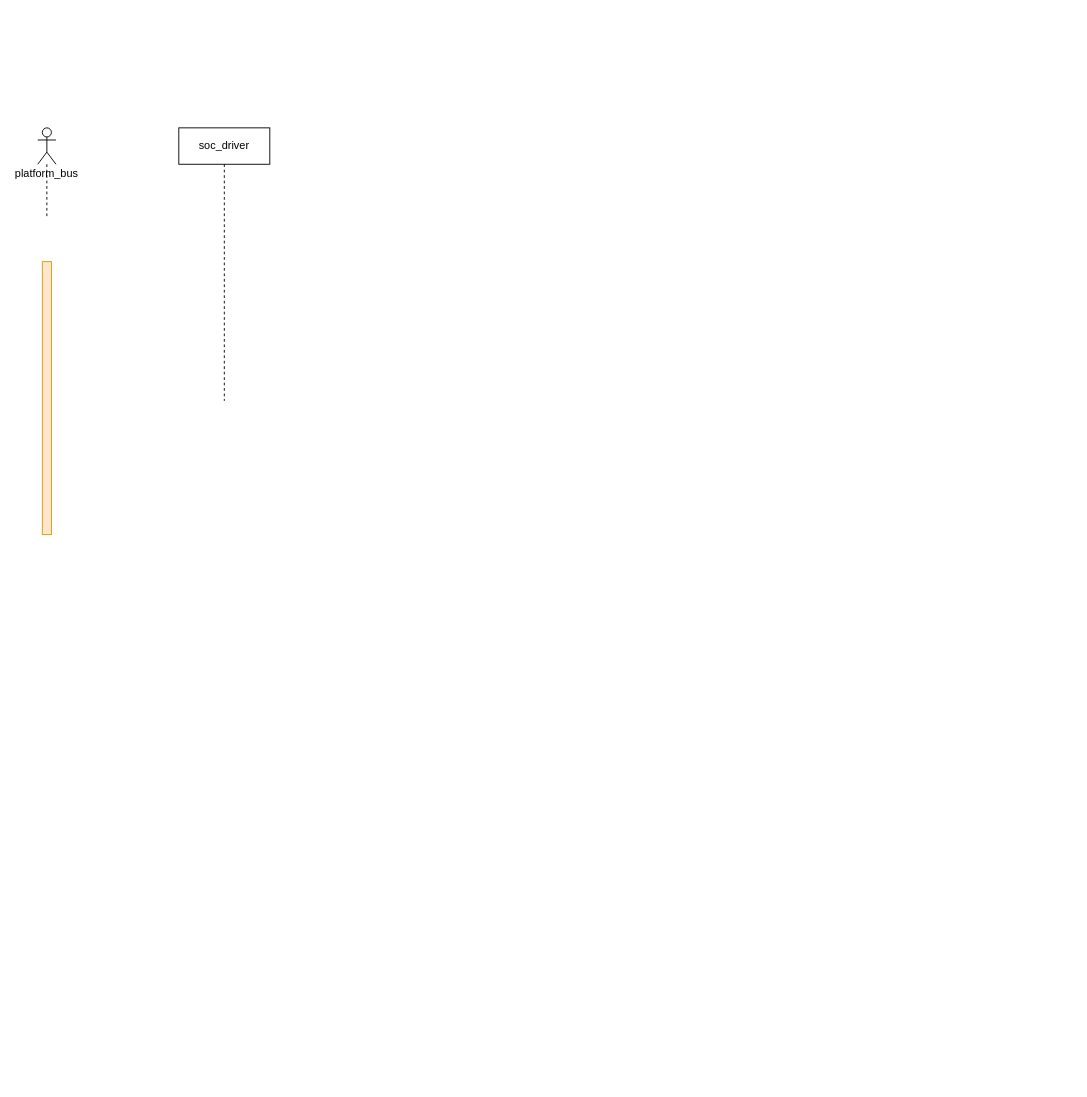
Before: alsa 驱动分析（一）.drawio in Vinson-001/Blog-flow-chart, a draw.io diagram. Source tidied: cells renumbered, new cells numbered last; positions are measured from the earlier drawing's top-left corner, leaving out a move shared by most shapes. Both pictures are drawn from the tidied source at 91%, with x=0, y=0 at pixel (37, 127).
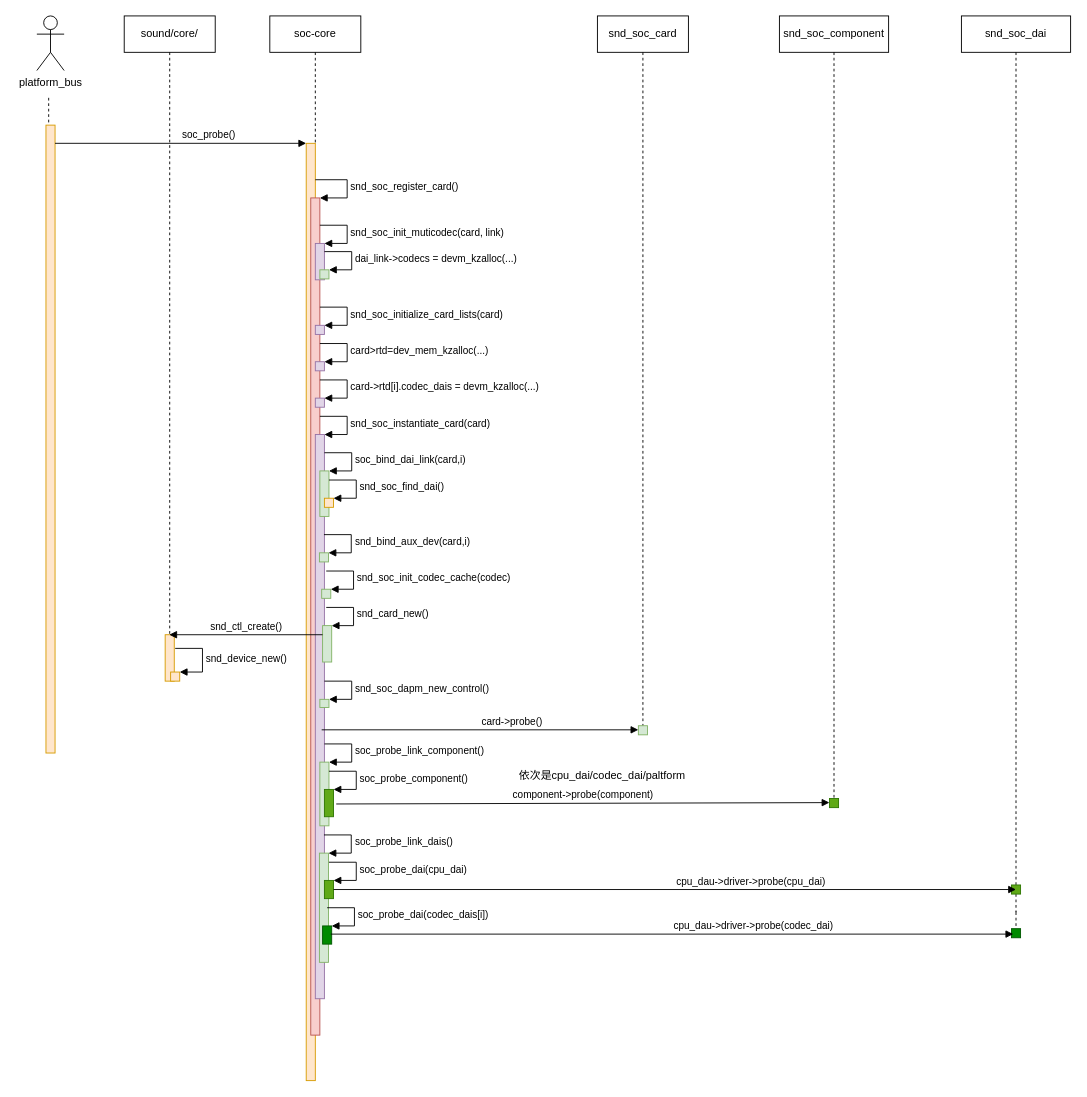
After the change.

Commit message:
更新alsa 驱动分析（一）.drawio

The edit, as a diff of the source:
```diff
@@
+    <mxCell id="5" style="html=1;perimeter=orthogonalPerimeter;fillColor=#ffe6cc;strokeColor=#d79b00;" parent="1" vertex="1">
+      <mxGeometry x="140" y="557" width="10" height="51" as="geometry" />
+    </mxCell>
     <mxCell id="2" style="html=1;perimeter=orthogonalPerimeter;fillColor=#ffe6cc;strokeColor=#d79b00;" parent="1" vertex="1">
-      <mxGeometry x="5" y="147" width="10" height="300" as="geometry" />
+      <mxGeometry x="9" y="-3" width="10" height="690" as="geometry" />
     </mxCell>
+    <mxCell id="4" value="sound/core/" style="shape=umlLifeline;perimeter=lifelinePerimeter;whiteSpace=wrap;html=1;outlineConnect=0;" parent="1" vertex="1">
+      <mxGeometry x="95" y="-123" width="100" height="680" as="geometry" />
+    </mxCell>
-    <mxCell id="3" value="platform_bus" style="shape=umlLifeline;participant=umlActor;perimeter=lifelinePerimeter;whiteSpace=wrap;html=1;verticalAlign=top;spacingTop=36;" parent="1" vertex="1">
-      <mxGeometry width="20" height="100" as="geometry" />
+    <mxCell id="3" value="platform_bus" style="shape=umlActor;verticalLabelPosition=bottom;verticalAlign=top;html=1;" parent="1" vertex="1">
+      <mxGeometry x="-1" y="-123" width="30" height="60" as="geometry" />
     </mxCell>
-    <mxCell id="4" value="soc_driver" style="shape=umlLifeline;perimeter=lifelinePerimeter;whiteSpace=wrap;html=1;outlineConnect=0;" parent="1" vertex="1">
-      <mxGeometry x="155" width="100" height="300" as="geometry" />
-    </mxCell>
+    <mxCell id="6" style="line;strokeWidth=1;fillColor=none;align=left;verticalAlign=middle;spacingTop=-1;spacingLeft=3;spacingRight=3;labelPosition=right;strokeColor=inherit;dashed=1;direction=south;" parent="1" vertex="1">
+      <mxGeometry x="8" y="-33" width="8" height="30" as="geometry" />
+    </mxCell>
+    <mxCell id="7" value="soc_probe()" style="html=1;verticalAlign=bottom;endArrow=block;rounded=0;align=left;" parent="1" edge="1">
+      <mxGeometry relative="1" as="geometry">
+        <mxPoint x="19" y="17" as="sourcePoint" />
+        <mxPoint x="295" y="17" as="targetPoint" />
+      </mxGeometry>
+    </mxCell>
+    <mxCell id="8" style="html=1;perimeter=orthogonalPerimeter;fillColor=#ffe6cc;strokeColor=#d79b00;" parent="1" vertex="1">
+      <mxGeometry x="295" y="17" width="10" height="1030" as="geometry" />
+    </mxCell>
+    <mxCell id="9" value="soc-core" style="shape=umlLifeline;perimeter=lifelinePerimeter;whiteSpace=wrap;html=1;" parent="1" vertex="1">
+      <mxGeometry x="255" y="-123" width="100" height="140" as="geometry" />
+    </mxCell>
+    <mxCell id="10" style="html=1;points=[];perimeter=orthogonalPerimeter;fillColor=#f8cecc;strokeColor=#b85450;" parent="1" vertex="1">
+      <mxGeometry x="300" y="77" width="10" height="920" as="geometry" />
+    </mxCell>
+    <mxCell id="11" value="snd_soc_register_card()" style="edgeStyle=orthogonalEdgeStyle;html=1;align=left;spacingLeft=2;endArrow=block;rounded=0;entryX=1;entryY=0;" parent="1" edge="1" target="10">
+      <mxGeometry relative="1" as="geometry">
+        <mxPoint x="305" y="57" as="sourcePoint" />
+        <Array as="points">
+          <mxPoint x="340" y="57" />
+          <mxPoint x="340" y="77" />
+        </Array>
+      </mxGeometry>
+    </mxCell>
+    <mxCell id="12" style="html=1;points=[];perimeter=orthogonalPerimeter;fillColor=#e1d5e7;strokeColor=#9673a6;" parent="1" vertex="1">
+      <mxGeometry x="305" y="127" width="10" height="40" as="geometry" />
+    </mxCell>
+    <mxCell id="13" value="snd_soc_init_muticodec(card, link)" style="edgeStyle=orthogonalEdgeStyle;html=1;align=left;spacingLeft=2;endArrow=block;rounded=0;entryX=1;entryY=0;" parent="1" edge="1" target="12">
+      <mxGeometry relative="1" as="geometry">
+        <mxPoint x="310" y="107" as="sourcePoint" />
+        <Array as="points">
+          <mxPoint x="340" y="107" />
+        </Array>
+      </mxGeometry>
+    </mxCell>
+    <mxCell id="14" style="html=1;points=[];perimeter=orthogonalPerimeter;fillColor=#d5e8d4;strokeColor=#82b366;" parent="1" vertex="1">
+      <mxGeometry x="310" y="156" width="10" height="10" as="geometry" />
+    </mxCell>
+    <mxCell id="15" value="dai_link-&amp;gt;codecs = devm_kzalloc(...)" style="edgeStyle=orthogonalEdgeStyle;html=1;align=left;spacingLeft=2;endArrow=block;rounded=0;entryX=1;entryY=0;" parent="1" edge="1" target="14">
+      <mxGeometry relative="1" as="geometry">
+        <mxPoint x="315" y="136" as="sourcePoint" />
+        <Array as="points">
+          <mxPoint x="345" y="136" />
+        </Array>
+      </mxGeometry>
+    </mxCell>
+    <mxCell id="16" style="html=1;points=[];perimeter=orthogonalPerimeter;fillColor=#e1d5e7;strokeColor=#9673a6;" parent="1" vertex="1">
+      <mxGeometry x="305" y="217" width="10" height="10" as="geometry" />
+    </mxCell>
+    <mxCell id="17" value="snd_soc_initialize_card_lists(card)" style="edgeStyle=orthogonalEdgeStyle;html=1;align=left;spacingLeft=2;endArrow=block;rounded=0;entryX=1;entryY=0;" parent="1" edge="1" target="16">
+      <mxGeometry relative="1" as="geometry">
+        <mxPoint x="310" y="197" as="sourcePoint" />
+        <Array as="points">
+          <mxPoint x="340" y="197" />
+        </Array>
+      </mxGeometry>
+    </mxCell>
+    <mxCell id="18" style="html=1;points=[];perimeter=orthogonalPerimeter;fillColor=#e1d5e7;strokeColor=#9673a6;" parent="1" vertex="1">
+      <mxGeometry x="305" y="257" width="10" height="10" as="geometry" />
+    </mxCell>
+    <mxCell id="19" value="card&amp;gt;rtd=dev_mem_kzalloc(...)" style="edgeStyle=orthogonalEdgeStyle;html=1;align=left;spacingLeft=2;endArrow=block;rounded=0;entryX=1;entryY=0;" parent="1" edge="1" target="18">
+      <mxGeometry relative="1" as="geometry">
+        <mxPoint x="310" y="237" as="sourcePoint" />
+        <Array as="points">
+          <mxPoint x="340" y="237" />
+        </Array>
+      </mxGeometry>
+    </mxCell>
+    <mxCell id="20" style="html=1;points=[];perimeter=orthogonalPerimeter;fillColor=#e1d5e7;strokeColor=#9673a6;" parent="1" vertex="1">
+      <mxGeometry x="305" y="297" width="10" height="10" as="geometry" />
+    </mxCell>
+    <mxCell id="21" value="card-&amp;gt;rtd[i].codec_dais = devm_kzalloc(...)" style="edgeStyle=orthogonalEdgeStyle;html=1;align=left;spacingLeft=2;endArrow=block;rounded=0;entryX=1;entryY=0;" parent="1" edge="1" target="20">
+      <mxGeometry relative="1" as="geometry">
+        <mxPoint x="310" y="277" as="sourcePoint" />
+        <Array as="points">
+          <mxPoint x="340" y="277" />
+        </Array>
+      </mxGeometry>
+    </mxCell>
+    <mxCell id="22" style="html=1;points=[];perimeter=orthogonalPerimeter;fillColor=#e1d5e7;strokeColor=#9673a6;" parent="1" vertex="1">
+      <mxGeometry x="305" y="337" width="10" height="620" as="geometry" />
+    </mxCell>
+    <mxCell id="23" value="snd_soc_instantiate_card(card)" style="edgeStyle=orthogonalEdgeStyle;html=1;align=left;spacingLeft=2;endArrow=block;rounded=0;entryX=1;entryY=0;" parent="1" edge="1" target="22">
+      <mxGeometry relative="1" as="geometry">
+        <mxPoint x="310" y="317" as="sourcePoint" />
+        <Array as="points">
+          <mxPoint x="340" y="317" />
+        </Array>
+      </mxGeometry>
+    </mxCell>
+    <mxCell id="24" style="html=1;points=[];perimeter=orthogonalPerimeter;fillColor=#d5e8d4;strokeColor=#82b366;" parent="1" vertex="1">
+      <mxGeometry x="310" y="377" width="10" height="50" as="geometry" />
+    </mxCell>
+    <mxCell id="25" value="soc_bind_dai_link(card,i)" style="edgeStyle=orthogonalEdgeStyle;html=1;align=left;spacingLeft=2;endArrow=block;rounded=0;entryX=1;entryY=0;" parent="1" edge="1" target="24">
+      <mxGeometry relative="1" as="geometry">
+        <mxPoint x="315" y="357" as="sourcePoint" />
+        <Array as="points">
+          <mxPoint x="345" y="357" />
+        </Array>
+      </mxGeometry>
+    </mxCell>
+    <mxCell id="26" style="html=1;points=[];perimeter=orthogonalPerimeter;fillColor=#ffe6cc;strokeColor=#d79b00;" parent="1" vertex="1">
+      <mxGeometry x="315" y="407" width="10" height="10" as="geometry" />
+    </mxCell>
+    <mxCell id="27" value="snd_soc_find_dai()" style="edgeStyle=orthogonalEdgeStyle;html=1;align=left;spacingLeft=2;endArrow=block;rounded=0;entryX=1;entryY=0;" parent="1" edge="1" target="26">
+      <mxGeometry relative="1" as="geometry">
+        <mxPoint x="320" y="387" as="sourcePoint" />
+        <Array as="points">
+          <mxPoint x="350" y="387" />
+        </Array>
+      </mxGeometry>
+    </mxCell>
+    <mxCell id="28" style="html=1;points=[];perimeter=orthogonalPerimeter;fillColor=#d5e8d4;strokeColor=#82b366;" parent="1" vertex="1">
+      <mxGeometry x="309.5" y="467" width="10" height="10" as="geometry" />
+    </mxCell>
+    <mxCell id="29" value="snd_bind_aux_dev(card,i)" style="edgeStyle=orthogonalEdgeStyle;html=1;align=left;spacingLeft=2;endArrow=block;rounded=0;entryX=1;entryY=0;" parent="1" edge="1" target="28">
+      <mxGeometry relative="1" as="geometry">
+        <mxPoint x="314.5" y="447" as="sourcePoint" />
+        <Array as="points">
+          <mxPoint x="344.5" y="447" />
+        </Array>
+      </mxGeometry>
+    </mxCell>
+    <mxCell id="30" style="html=1;points=[];perimeter=orthogonalPerimeter;fillColor=#d5e8d4;strokeColor=#82b366;" parent="1" vertex="1">
+      <mxGeometry x="312" y="507" width="10" height="10" as="geometry" />
+    </mxCell>
+    <mxCell id="31" value="snd_soc_init_codec_cache(codec)" style="edgeStyle=orthogonalEdgeStyle;html=1;align=left;spacingLeft=2;endArrow=block;rounded=0;entryX=1;entryY=0;" parent="1" edge="1" target="30">
+      <mxGeometry relative="1" as="geometry">
+        <mxPoint x="317" y="487" as="sourcePoint" />
+        <Array as="points">
+          <mxPoint x="347" y="487" />
+        </Array>
+      </mxGeometry>
+    </mxCell>
+    <mxCell id="32" style="html=1;points=[];perimeter=orthogonalPerimeter;fillColor=#d5e8d4;strokeColor=#82b366;" parent="1" vertex="1">
+      <mxGeometry x="313" y="547" width="10" height="40" as="geometry" />
+    </mxCell>
+    <mxCell id="33" value="snd_card_new()" style="edgeStyle=orthogonalEdgeStyle;html=1;align=left;spacingLeft=2;endArrow=block;rounded=0;entryX=1;entryY=0;" parent="1" edge="1" target="32">
+      <mxGeometry relative="1" as="geometry">
+        <mxPoint x="317" y="527" as="sourcePoint" />
+        <Array as="points">
+          <mxPoint x="347" y="527" />
+        </Array>
+      </mxGeometry>
+    </mxCell>
+    <mxCell id="34" style="html=1;points=[];perimeter=orthogonalPerimeter;fillColor=#ffe6cc;strokeColor=#d79b00;" parent="1" vertex="1">
+      <mxGeometry x="146" y="598" width="10" height="10" as="geometry" />
+    </mxCell>
+    <mxCell id="35" value="snd_device_new()" style="edgeStyle=orthogonalEdgeStyle;html=1;align=left;spacingLeft=2;endArrow=block;rounded=0;entryX=1;entryY=0;" parent="1" edge="1" target="34">
+      <mxGeometry relative="1" as="geometry">
+        <mxPoint x="151" y="572" as="sourcePoint" />
+        <Array as="points">
+          <mxPoint x="181" y="572" />
+        </Array>
+      </mxGeometry>
+    </mxCell>
+    <mxCell id="36" value="snd_ctl_create()" style="html=1;verticalAlign=bottom;endArrow=block;rounded=0;" parent="1" edge="1" source="32" target="4">
+      <mxGeometry relative="1" as="geometry" />
+    </mxCell>
+    <mxCell id="37" value="snd_soc_card" style="shape=umlLifeline;perimeter=lifelinePerimeter;whiteSpace=wrap;html=1;" parent="1" vertex="1">
+      <mxGeometry x="615" y="-123" width="100" height="780" as="geometry" />
+    </mxCell>
+    <mxCell id="38" style="html=1;points=[];perimeter=orthogonalPerimeter;fillColor=#d5e8d4;strokeColor=#82b366;" parent="1" vertex="1">
+      <mxGeometry x="310" y="628" width="10" height="9" as="geometry" />
+    </mxCell>
+    <mxCell id="39" value="snd_soc_dapm_new_control()" style="edgeStyle=orthogonalEdgeStyle;html=1;align=left;spacingLeft=2;endArrow=block;rounded=0;entryX=1;entryY=0;" parent="1" edge="1" target="38">
+      <mxGeometry relative="1" as="geometry">
+        <mxPoint x="315" y="608" as="sourcePoint" />
+        <Array as="points">
+          <mxPoint x="345" y="608" />
+        </Array>
+      </mxGeometry>
+    </mxCell>
+    <mxCell id="40" style="html=1;points=[];perimeter=orthogonalPerimeter;fillColor=#d5e8d4;strokeColor=#82b366;" parent="1" vertex="1">
+      <mxGeometry x="660" y="657" width="10" height="10" as="geometry" />
+    </mxCell>
+    <mxCell id="41" value="card-&amp;gt;probe()" style="html=1;verticalAlign=bottom;endArrow=block;rounded=0;align=left;" parent="1" edge="1" target="40">
+      <mxGeometry relative="1" as="geometry">
+        <mxPoint x="312" y="661.5" as="sourcePoint" />
+      </mxGeometry>
+    </mxCell>
+    <mxCell id="42" style="html=1;points=[];perimeter=orthogonalPerimeter;fillColor=#d5e8d4;strokeColor=#82b366;" parent="1" vertex="1">
+      <mxGeometry x="310" y="697" width="10" height="70" as="geometry" />
+    </mxCell>
+    <mxCell id="43" value="soc_probe_link_component()" style="edgeStyle=orthogonalEdgeStyle;html=1;align=left;spacingLeft=2;endArrow=block;rounded=0;entryX=1;entryY=0;" parent="1" edge="1" target="42">
+      <mxGeometry relative="1" as="geometry">
+        <mxPoint x="315" y="677" as="sourcePoint" />
+        <Array as="points">
+          <mxPoint x="345" y="677" />
+        </Array>
+      </mxGeometry>
+    </mxCell>
+    <mxCell id="44" style="html=1;points=[];perimeter=orthogonalPerimeter;fillColor=#60a917;strokeColor=#2D7600;fontColor=#ffffff;" parent="1" vertex="1">
+      <mxGeometry x="315" y="727" width="10" height="30" as="geometry" />
+    </mxCell>
+    <mxCell id="45" value="soc_probe_component()" style="edgeStyle=orthogonalEdgeStyle;html=1;align=left;spacingLeft=2;endArrow=block;rounded=0;entryX=1;entryY=0;" parent="1" edge="1" target="44">
+      <mxGeometry relative="1" as="geometry">
+        <mxPoint x="320" y="707" as="sourcePoint" />
+        <Array as="points">
+          <mxPoint x="350" y="707" />
+        </Array>
+      </mxGeometry>
+    </mxCell>
+    <mxCell id="46" value="snd_soc_component" style="shape=umlLifeline;perimeter=lifelinePerimeter;whiteSpace=wrap;html=1;" parent="1" vertex="1">
+      <mxGeometry x="815" y="-123" width="120" height="860" as="geometry" />
+    </mxCell>
+    <mxCell id="47" style="html=1;perimeter=orthogonalPerimeter;fillColor=#60a917;fontColor=#ffffff;strokeColor=#2D7600;" parent="1" vertex="1">
+      <mxGeometry x="870" y="737" width="10" height="10" as="geometry" />
+    </mxCell>
+    <mxCell id="48" value="component-&amp;gt;probe(component)" style="html=1;verticalAlign=bottom;endArrow=block;rounded=0;exitX=1.3;exitY=0.533;exitDx=0;exitDy=0;exitPerimeter=0;" parent="1" edge="1" source="44">
+      <mxGeometry relative="1" as="geometry">
+        <mxPoint x="870" y="741.5" as="targetPoint" />
+      </mxGeometry>
+    </mxCell>
+    <mxCell id="49" value="依次是cpu_dai/codec_dai/paltform" style="text;html=1;align=center;verticalAlign=middle;strokeColor=none;fillColor=none;" parent="1" vertex="1">
+      <mxGeometry x="515" y="697" width="210" height="30" as="geometry" />
+    </mxCell>
+    <mxCell id="50" style="html=1;points=[];perimeter=orthogonalPerimeter;fillColor=#d5e8d4;strokeColor=#82b366;" parent="1" vertex="1">
+      <mxGeometry x="309.5" y="797" width="10" height="120" as="geometry" />
+    </mxCell>
+    <mxCell id="51" value="soc_probe_link_dais()" style="edgeStyle=orthogonalEdgeStyle;html=1;align=left;spacingLeft=2;endArrow=block;rounded=0;entryX=1;entryY=0;" parent="1" edge="1" target="50">
+      <mxGeometry relative="1" as="geometry">
+        <mxPoint x="314.5" y="777" as="sourcePoint" />
+        <Array as="points">
+          <mxPoint x="344.5" y="777" />
+        </Array>
+      </mxGeometry>
+    </mxCell>
+    <mxCell id="52" value="snd_soc_dai" style="shape=umlLifeline;perimeter=lifelinePerimeter;whiteSpace=wrap;html=1;" parent="1" vertex="1">
+      <mxGeometry x="1015" y="-123" width="120" height="960" as="geometry" />
+    </mxCell>
+    <mxCell id="53" style="html=1;points=[];perimeter=orthogonalPerimeter;fillColor=#60a917;fontColor=#ffffff;strokeColor=#2D7600;" parent="1" vertex="1">
+      <mxGeometry x="315" y="827" width="10" height="20" as="geometry" />
+    </mxCell>
+    <mxCell id="54" value="soc_probe_dai(cpu_dai)" style="edgeStyle=orthogonalEdgeStyle;html=1;align=left;spacingLeft=2;endArrow=block;rounded=0;entryX=1;entryY=0;" parent="1" edge="1" target="53">
+      <mxGeometry relative="1" as="geometry">
+        <mxPoint x="320" y="807" as="sourcePoint" />
+        <Array as="points">
+          <mxPoint x="350" y="807" />
+        </Array>
+      </mxGeometry>
+    </mxCell>
+    <mxCell id="55" style="edgeStyle=orthogonalEdgeStyle;rounded=0;jettySize=auto;html=1;endArrow=none;endFill=0;dashed=1;" parent="1" edge="1" source="56" target="60">
+      <mxGeometry relative="1" as="geometry" />
+    </mxCell>
+    <mxCell id="56" style="html=1;points=[];perimeter=orthogonalPerimeter;fillColor=#60a917;fontColor=#ffffff;strokeColor=#2D7600;" parent="1" vertex="1">
+      <mxGeometry x="1070" y="832" width="10" height="10" as="geometry" />
+    </mxCell>
+    <mxCell id="57" value="cpu_dau-&amp;gt;driver-&amp;gt;probe(cpu_dai)" style="html=1;verticalAlign=bottom;endArrow=block;rounded=0;align=left;" parent="1" edge="1" source="53">
+      <mxGeometry relative="1" as="geometry">
+        <mxPoint x="1075" y="837" as="targetPoint" />
+      </mxGeometry>
+    </mxCell>
+    <mxCell id="58" style="html=1;points=[];perimeter=orthogonalPerimeter;fillColor=#008a00;fontColor=#ffffff;strokeColor=#005700;" parent="1" vertex="1">
+      <mxGeometry x="313" y="877" width="10" height="20" as="geometry" />
+    </mxCell>
+    <mxCell id="59" value="soc_probe_dai(codec_dais[i])" style="edgeStyle=orthogonalEdgeStyle;html=1;align=left;spacingLeft=2;endArrow=block;rounded=0;entryX=1;entryY=0;" parent="1" edge="1" target="58">
+      <mxGeometry relative="1" as="geometry">
+        <mxPoint x="318" y="857" as="sourcePoint" />
+        <Array as="points">
+          <mxPoint x="348" y="857" />
+        </Array>
+      </mxGeometry>
+    </mxCell>
+    <mxCell id="60" style="html=1;points=[];perimeter=orthogonalPerimeter;fillColor=#008a00;fontColor=#ffffff;strokeColor=#005700;" parent="1" vertex="1">
+      <mxGeometry x="1070" y="880" width="10" height="10" as="geometry" />
+    </mxCell>
+    <mxCell id="61" value="cpu_dau-&amp;gt;driver-&amp;gt;probe(codec_dai)" style="html=1;verticalAlign=bottom;endArrow=block;rounded=0;align=left;" parent="1" edge="1">
+      <mxGeometry relative="1" as="geometry">
+        <mxPoint x="322" y="886" as="sourcePoint" />
+        <mxPoint x="1072" y="886" as="targetPoint" />
+      </mxGeometry>
+    </mxCell>
```
